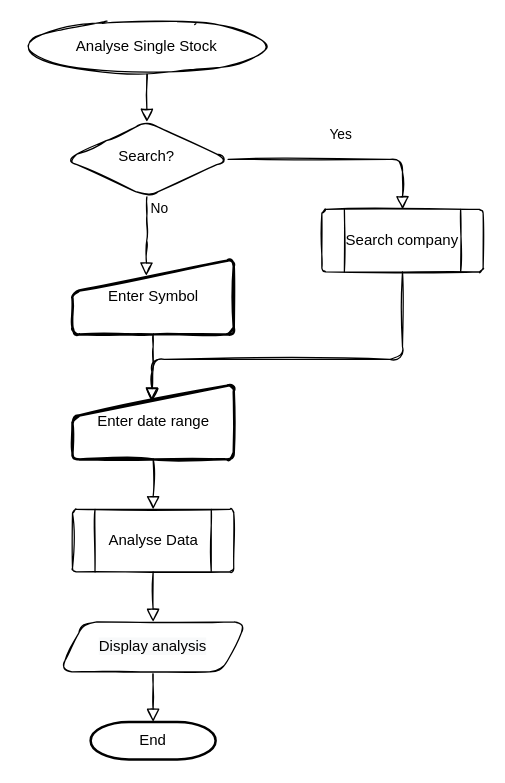
Earlier version of the draw.io diagram page "analyse-1-stock" (2 of 5) of design/analastock.drawio (ibuttimer/analastock). Source tidied: cells renumbered, new cells numbered last; positions are measured from the earlier drawing's top-left corner, leaving out a move shared by most shapes. Both pictures are drawn from the tidied source at 125%, with x=0, y=0 at pixel (21, 21).
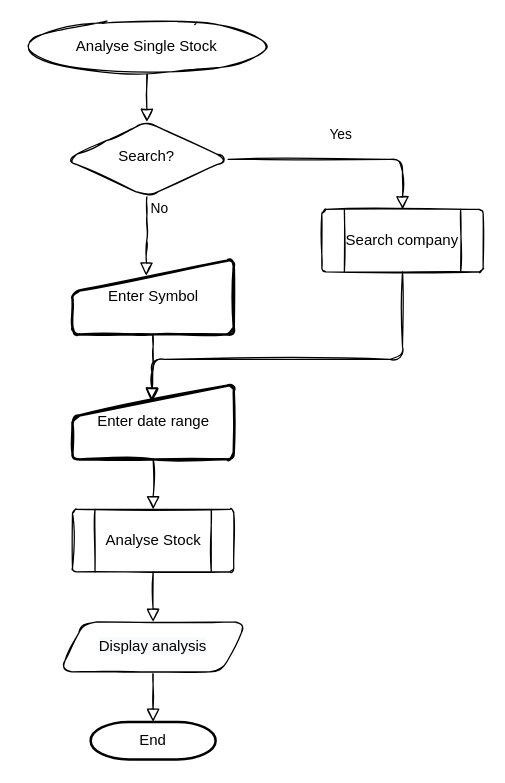
The same page after the edit.

Change to the diagram source:
```diff
@@
-    <mxCell id="8" value="Analyse Data" style="verticalLabelPosition=middle;verticalAlign=middle;html=1;shape=process;whiteSpace=wrap;rounded=1;size=0.14;arcSize=6;sketch=1;labelPosition=center;align=center;" parent="1" vertex="1">
+    <mxCell id="8" value="Analyse Stock" style="verticalLabelPosition=middle;verticalAlign=middle;html=1;shape=process;whiteSpace=wrap;rounded=1;size=0.14;arcSize=6;sketch=1;labelPosition=center;align=center;" parent="1" vertex="1">
       <mxGeometry x="40.5" y="390" width="129" height="50" as="geometry" />
     </mxCell>
```
